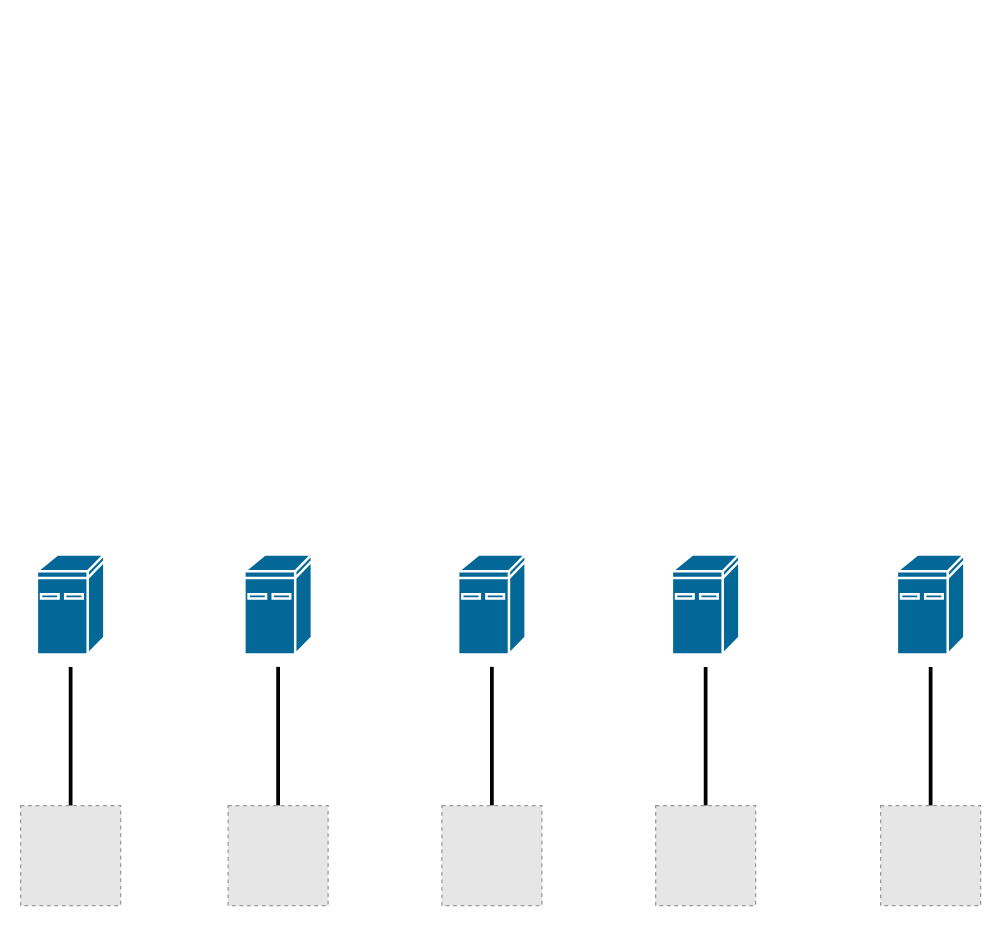
Before: Untitled Diagram.drawio in mushymuse/diagrams, a draw.io diagram. Source tidied: cells renumbered, new cells numbered last; positions are measured from the earlier drawing's top-left corner, leaving out a move shared by most shapes. Both pictures are drawn from the tidied source at 125%, with x=0, y=0 at pixel (20, 554). Pictures stored in the file or linked from it are replaced by grey dashed boxes.
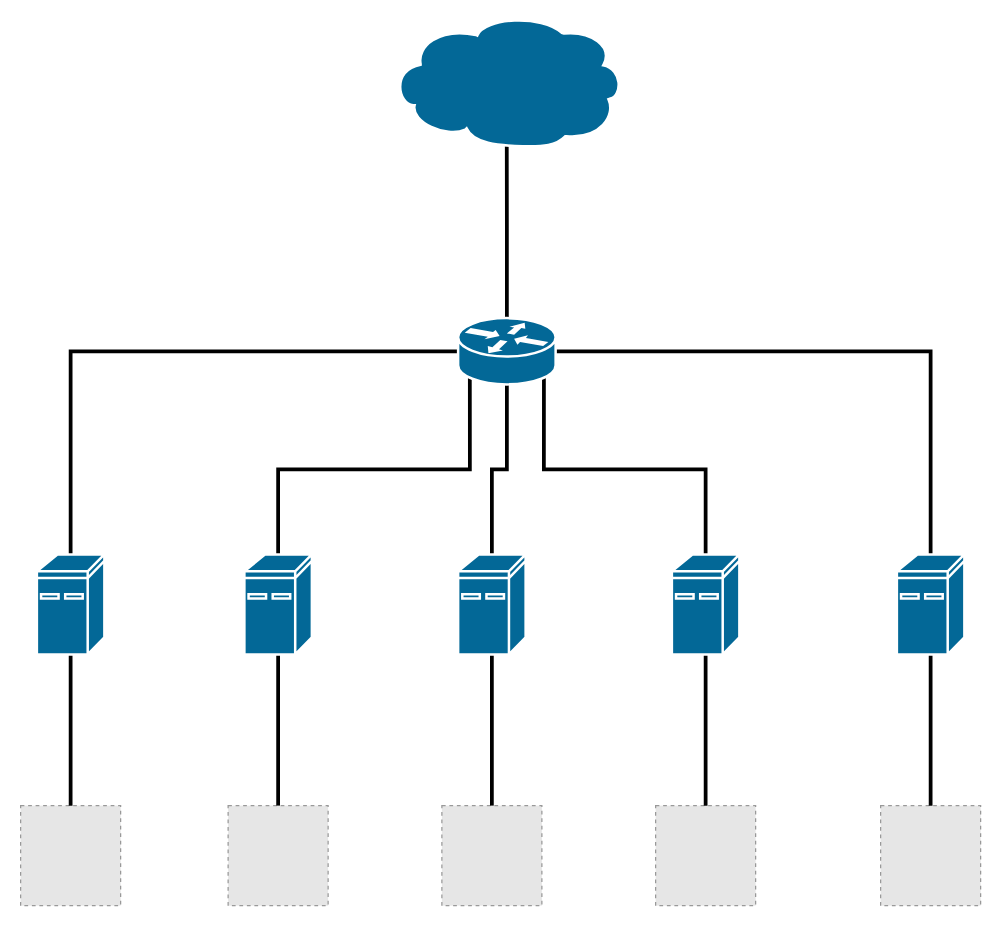
After the change.

Unchanged cells that the change refers to:
```xml
<mxCell id="3" style="fillColor=#E6E6E6;strokeColor=#999999;dashed=1;html=1;verticalAlign=top;verticalLabelPosition=bottom;labelBackgroundColor=#ffffff;" parent="1" vertex="1">
  <mxGeometry y="201" width="80" height="80" as="geometry" />
</mxCell>
<mxCell id="4" style="shape=mxgraph.cisco.computers_and_peripherals.ibm_mini_as400;sketch=0;html=1;dashed=0;fillColor=#036897;strokeColor=#ffffff;strokeWidth=2;verticalLabelPosition=bottom;verticalAlign=top;align=center;outlineConnect=0;" parent="1" vertex="1">
  <mxGeometry x="13" width="54" height="80" as="geometry" />
</mxCell>
<mxCell id="6" style="fillColor=#E6E6E6;strokeColor=#999999;dashed=1;html=1;verticalAlign=top;verticalLabelPosition=bottom;labelBackgroundColor=#ffffff;" parent="1" vertex="1">
  <mxGeometry x="166" y="201" width="80" height="80" as="geometry" />
</mxCell>
<mxCell id="7" style="shape=mxgraph.cisco.computers_and_peripherals.ibm_mini_as400;sketch=0;html=1;dashed=0;fillColor=#036897;strokeColor=#ffffff;strokeWidth=2;verticalLabelPosition=bottom;verticalAlign=top;align=center;outlineConnect=0;" parent="1" vertex="1">
  <mxGeometry x="179" width="54" height="80" as="geometry" />
</mxCell>
<mxCell id="9" style="fillColor=#E6E6E6;strokeColor=#999999;dashed=1;html=1;verticalAlign=top;verticalLabelPosition=bottom;labelBackgroundColor=#ffffff;" parent="1" vertex="1">
  <mxGeometry x="337" y="201" width="80" height="80" as="geometry" />
</mxCell>
<mxCell id="10" style="shape=mxgraph.cisco.computers_and_peripherals.ibm_mini_as400;sketch=0;html=1;dashed=0;fillColor=#036897;strokeColor=#ffffff;strokeWidth=2;verticalLabelPosition=bottom;verticalAlign=top;align=center;outlineConnect=0;" parent="1" vertex="1">
  <mxGeometry x="350" width="54" height="80" as="geometry" />
</mxCell>
<mxCell id="12" style="fillColor=#E6E6E6;strokeColor=#999999;dashed=1;html=1;verticalAlign=top;verticalLabelPosition=bottom;labelBackgroundColor=#ffffff;" parent="1" vertex="1">
  <mxGeometry x="508" y="201" width="80" height="80" as="geometry" />
</mxCell>
<mxCell id="13" style="shape=mxgraph.cisco.computers_and_peripherals.ibm_mini_as400;sketch=0;html=1;dashed=0;fillColor=#036897;strokeColor=#ffffff;strokeWidth=2;verticalLabelPosition=bottom;verticalAlign=top;align=center;outlineConnect=0;" parent="1" vertex="1">
  <mxGeometry x="521" width="54" height="80" as="geometry" />
</mxCell>
<mxCell id="15" style="fillColor=#E6E6E6;strokeColor=#999999;dashed=1;html=1;verticalAlign=top;verticalLabelPosition=bottom;labelBackgroundColor=#ffffff;" parent="1" vertex="1">
  <mxGeometry x="688" y="201" width="80" height="80" as="geometry" />
</mxCell>
<mxCell id="16" style="shape=mxgraph.cisco.computers_and_peripherals.ibm_mini_as400;sketch=0;html=1;dashed=0;fillColor=#036897;strokeColor=#ffffff;strokeWidth=2;verticalLabelPosition=bottom;verticalAlign=top;align=center;outlineConnect=0;" parent="1" vertex="1">
  <mxGeometry x="701" width="54" height="80" as="geometry" />
</mxCell>
```

Diff of the diagram source:
```diff
@@
-    <mxCell id="2" style="edgeStyle=orthogonalEdgeStyle;rounded=0;jettySize=auto;html=1;exitX=0.5;exitY=0;exitDx=0;exitDy=0;strokeWidth=3;endArrow=none;endFill=0;" parent="1" edge="1" source="3">
-      <mxGeometry relative="1" as="geometry">
-        <mxPoint x="40" y="90" as="targetPoint" />
-      </mxGeometry>
-    </mxCell>
@@
+    <mxCell id="17" style="edgeStyle=orthogonalEdgeStyle;rounded=0;jettySize=auto;html=1;exitX=0.5;exitY=1;exitDx=0;exitDy=0;exitPerimeter=0;endArrow=none;endFill=0;strokeWidth=3;" parent="1" edge="1" source="4" target="3">
+      <mxGeometry relative="1" as="geometry" />
+    </mxCell>
+    <mxCell id="18" style="edgeStyle=orthogonalEdgeStyle;rounded=0;jettySize=auto;html=1;exitX=0.5;exitY=0;exitDx=0;exitDy=0;exitPerimeter=0;entryX=0;entryY=0.5;entryDx=0;entryDy=0;entryPerimeter=0;endArrow=none;endFill=0;strokeWidth=3;" parent="1" edge="1" source="4" target="28">
+      <mxGeometry relative="1" as="geometry" />
+    </mxCell>
@@
-    <mxCell id="5" style="edgeStyle=orthogonalEdgeStyle;rounded=0;jettySize=auto;html=1;exitX=0.5;exitY=0;exitDx=0;exitDy=0;strokeWidth=3;endArrow=none;endFill=0;" parent="1" edge="1" source="6">
-      <mxGeometry relative="1" as="geometry">
-        <mxPoint x="206" y="90" as="targetPoint" />
-      </mxGeometry>
-    </mxCell>
@@
+    <mxCell id="19" style="edgeStyle=orthogonalEdgeStyle;rounded=0;jettySize=auto;html=1;exitX=0.5;exitY=1;exitDx=0;exitDy=0;exitPerimeter=0;entryX=0.5;entryY=0;entryDx=0;entryDy=0;endArrow=none;endFill=0;strokeWidth=3;" parent="1" edge="1" source="7" target="6">
+      <mxGeometry relative="1" as="geometry" />
+    </mxCell>
+    <mxCell id="20" style="edgeStyle=orthogonalEdgeStyle;rounded=0;jettySize=auto;html=1;exitX=0.5;exitY=0;exitDx=0;exitDy=0;exitPerimeter=0;entryX=0.12;entryY=0.9;entryDx=0;entryDy=0;entryPerimeter=0;endArrow=none;endFill=0;strokeWidth=3;" parent="1" edge="1" source="7" target="28">
+      <mxGeometry relative="1" as="geometry" />
+    </mxCell>
@@
-    <mxCell id="8" style="edgeStyle=orthogonalEdgeStyle;rounded=0;jettySize=auto;html=1;exitX=0.5;exitY=0;exitDx=0;exitDy=0;strokeWidth=3;endArrow=none;endFill=0;" parent="1" edge="1" source="9">
-      <mxGeometry relative="1" as="geometry">
-        <mxPoint x="377" y="90" as="targetPoint" />
-      </mxGeometry>
-    </mxCell>
@@
+    <mxCell id="21" style="edgeStyle=orthogonalEdgeStyle;rounded=0;jettySize=auto;html=1;exitX=0.5;exitY=1;exitDx=0;exitDy=0;exitPerimeter=0;entryX=0.5;entryY=0;entryDx=0;entryDy=0;endArrow=none;endFill=0;strokeWidth=3;" parent="1" edge="1" source="10" target="9">
+      <mxGeometry relative="1" as="geometry" />
+    </mxCell>
+    <mxCell id="22" style="edgeStyle=orthogonalEdgeStyle;rounded=0;jettySize=auto;html=1;exitX=0.5;exitY=0;exitDx=0;exitDy=0;exitPerimeter=0;entryX=0.5;entryY=1;entryDx=0;entryDy=0;entryPerimeter=0;endArrow=none;endFill=0;strokeWidth=3;" parent="1" edge="1" source="10" target="28">
+      <mxGeometry relative="1" as="geometry" />
+    </mxCell>
@@
-    <mxCell id="11" style="edgeStyle=orthogonalEdgeStyle;rounded=0;jettySize=auto;html=1;exitX=0.5;exitY=0;exitDx=0;exitDy=0;strokeWidth=3;endArrow=none;endFill=0;" parent="1" edge="1" source="12">
-      <mxGeometry relative="1" as="geometry">
-        <mxPoint x="548" y="90" as="targetPoint" />
-      </mxGeometry>
-    </mxCell>
@@
+    <mxCell id="23" style="edgeStyle=orthogonalEdgeStyle;rounded=0;jettySize=auto;html=1;exitX=0.5;exitY=1;exitDx=0;exitDy=0;exitPerimeter=0;entryX=0.5;entryY=0;entryDx=0;entryDy=0;endArrow=none;endFill=0;strokeWidth=3;" parent="1" edge="1" source="13" target="12">
+      <mxGeometry relative="1" as="geometry" />
+    </mxCell>
+    <mxCell id="24" style="edgeStyle=orthogonalEdgeStyle;rounded=0;jettySize=auto;html=1;exitX=0.5;exitY=0;exitDx=0;exitDy=0;exitPerimeter=0;entryX=0.88;entryY=0.9;entryDx=0;entryDy=0;entryPerimeter=0;endArrow=none;endFill=0;strokeWidth=3;" parent="1" edge="1" source="13" target="28">
+      <mxGeometry relative="1" as="geometry" />
+    </mxCell>
@@
-    <mxCell id="14" style="edgeStyle=orthogonalEdgeStyle;rounded=0;jettySize=auto;html=1;exitX=0.5;exitY=0;exitDx=0;exitDy=0;strokeWidth=3;endArrow=none;endFill=0;" parent="1" edge="1" source="15">
-      <mxGeometry relative="1" as="geometry">
-        <mxPoint x="728" y="90" as="targetPoint" />
-      </mxGeometry>
-    </mxCell>
@@
+    <mxCell id="25" style="edgeStyle=orthogonalEdgeStyle;rounded=0;jettySize=auto;html=1;exitX=0.5;exitY=1;exitDx=0;exitDy=0;exitPerimeter=0;endArrow=none;endFill=0;strokeWidth=3;" parent="1" edge="1" source="16" target="15">
+      <mxGeometry relative="1" as="geometry" />
+    </mxCell>
+    <mxCell id="26" style="edgeStyle=orthogonalEdgeStyle;rounded=0;jettySize=auto;html=1;exitX=0.5;exitY=0;exitDx=0;exitDy=0;exitPerimeter=0;entryX=1;entryY=0.5;entryDx=0;entryDy=0;entryPerimeter=0;endArrow=none;endFill=0;strokeWidth=3;" parent="1" edge="1" source="16" target="28">
+      <mxGeometry relative="1" as="geometry" />
+    </mxCell>
@@
+    <mxCell id="27" style="edgeStyle=orthogonalEdgeStyle;rounded=0;jettySize=auto;html=1;exitX=0.5;exitY=0;exitDx=0;exitDy=0;exitPerimeter=0;endArrow=none;endFill=0;strokeWidth=3;" parent="1" edge="1" source="28">
+      <mxGeometry relative="1" as="geometry">
+        <mxPoint x="388.9" y="-333" as="targetPoint" />
+      </mxGeometry>
+    </mxCell>
+    <mxCell id="28" style="shape=mxgraph.cisco.routers.router;sketch=0;html=1;dashed=0;fillColor=#036897;strokeColor=#ffffff;strokeWidth=2;verticalLabelPosition=bottom;verticalAlign=top;align=center;outlineConnect=0;" parent="1" vertex="1">
+      <mxGeometry x="350" y="-189" width="78" height="53" as="geometry" />
+    </mxCell>
+    <mxCell id="29" style="shape=mxgraph.cisco.storage.cloud;sketch=0;html=1;dashed=0;fillColor=#036897;strokeColor=#ffffff;strokeWidth=2;verticalLabelPosition=bottom;verticalAlign=top;align=center;" parent="1" vertex="1">
+      <mxGeometry x="296" y="-432" width="186" height="106" as="geometry" />
+    </mxCell>
```
